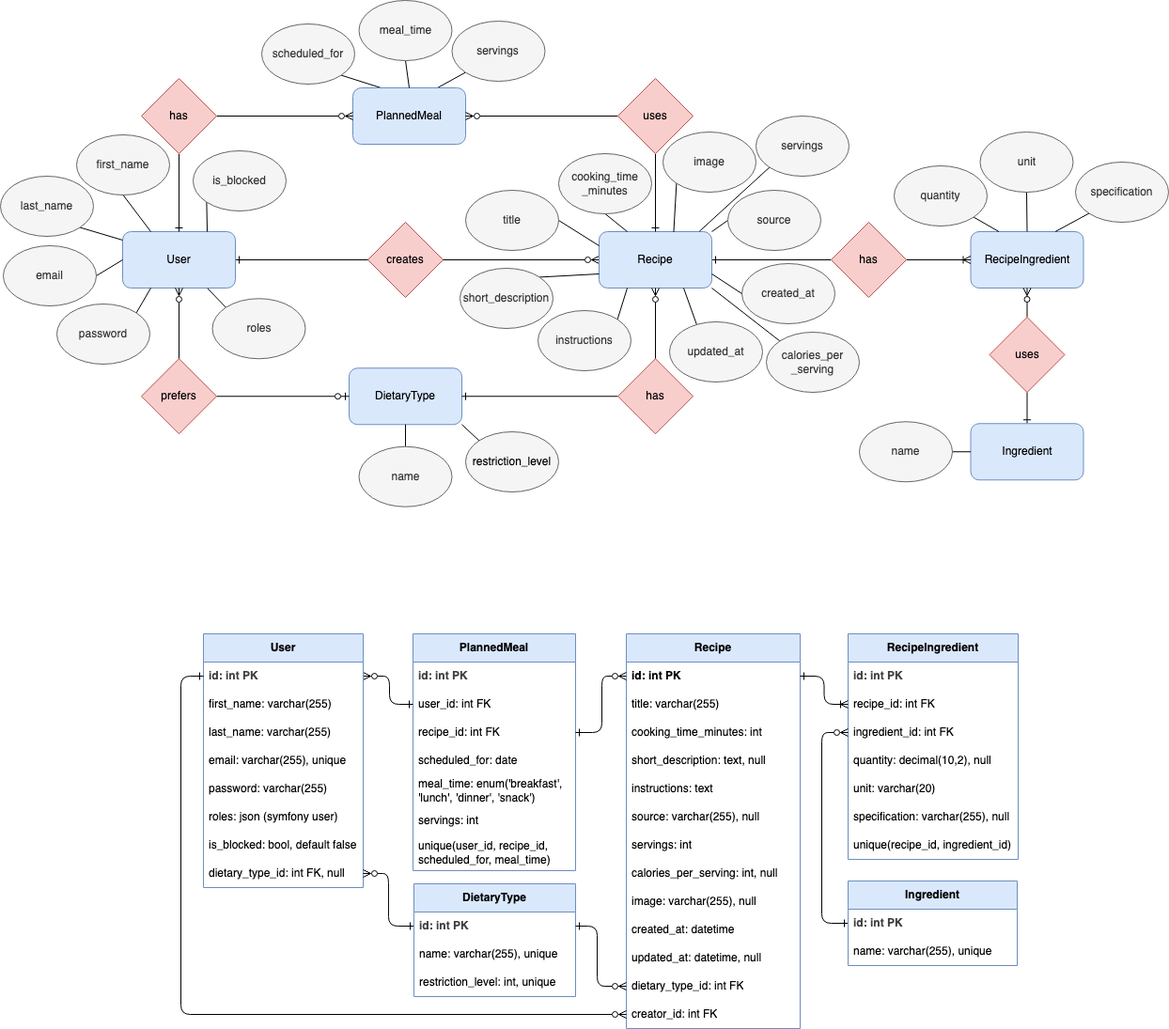
The draw.io diagram docs/erd/erd.png in ClaudiaLingenhoel/meal-planner, before a commit. Source tidied: cells renumbered, new cells last; positions are measured from the earlier drawing's top-left corner, leaving out a move shared by most shapes.
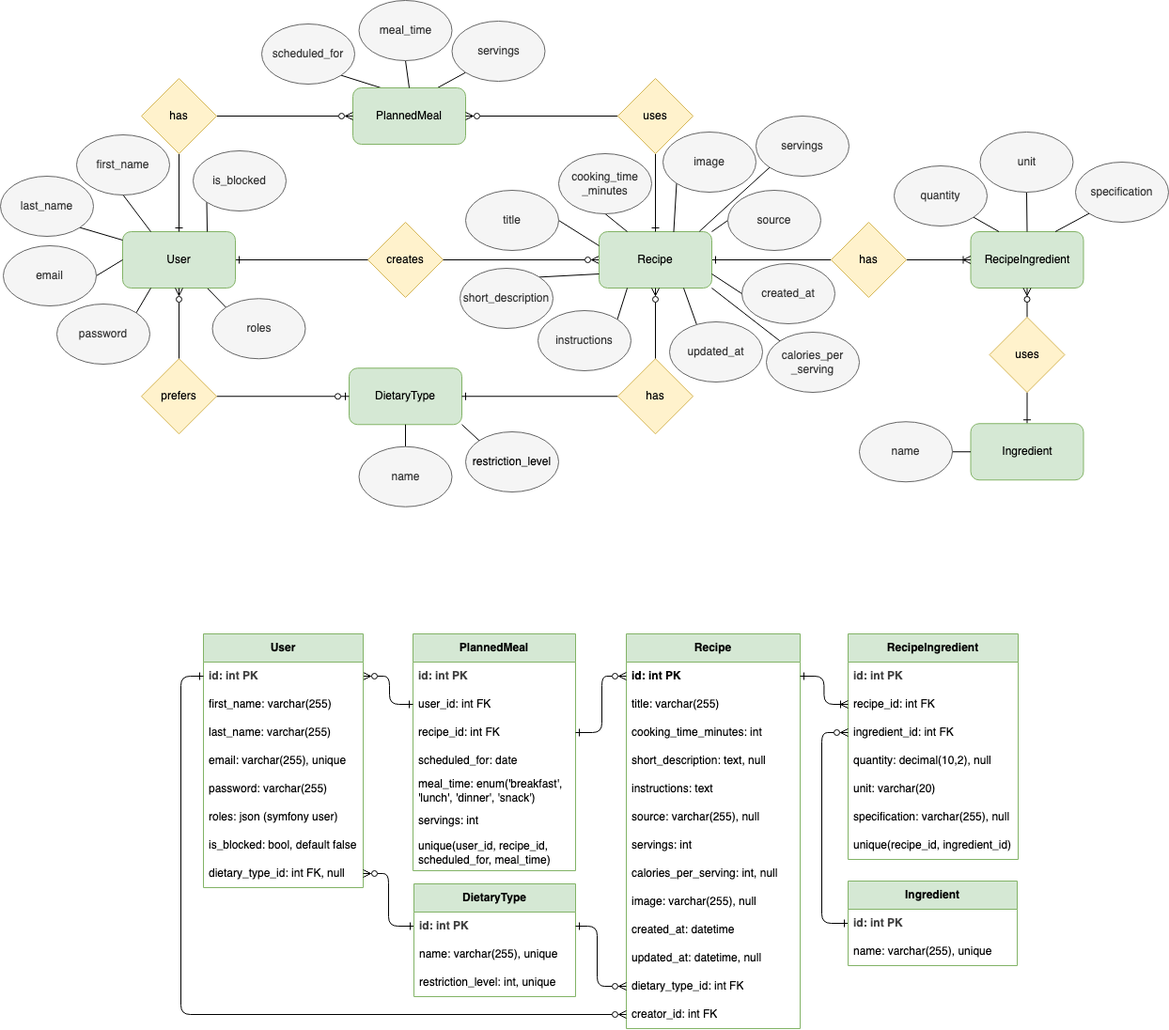
Above is the later version.

Commit message:
Update ERD styling

What changed in the source:
```diff
@@ -2,7 +2,7 @@
   <root>
     <mxCell id="0" />
     <mxCell id="1" parent="0" />
-    <mxCell id="2" value="creates" style="rhombus;whiteSpace=wrap;html=1;fillColor=#f8cecc;strokeColor=#b85450;" parent="1" vertex="1">
+    <mxCell id="2" value="creates" style="rhombus;whiteSpace=wrap;html=1;fillColor=#fff2cc;strokeColor=#d6b656;" parent="1" vertex="1">
       <mxGeometry x="391" y="236" width="80" height="80" as="geometry" />
     </mxCell>
     <mxCell id="3" style="shape=connector;rounded=1;html=1;exitX=1;exitY=0.5;exitDx=0;exitDy=0;entryX=0;entryY=0.5;entryDx=0;entryDy=0;strokeColor=default;align=center;verticalAlign=middle;fontFamily=Helvetica;fontSize=11;fontColor=default;labelBackgroundColor=default;startArrow=ERone;startFill=0;endArrow=none;endFill=0;" parent="1" edge="1" source="5" target="2">
@@ -11,7 +11,7 @@
     <mxCell id="4" style="edgeStyle=none;shape=connector;rounded=1;html=1;exitX=0.75;exitY=1;exitDx=0;exitDy=0;entryX=0;entryY=0;entryDx=0;entryDy=0;strokeColor=default;align=center;verticalAlign=middle;fontFamily=Helvetica;fontSize=11;fontColor=default;labelBackgroundColor=default;startArrow=none;startFill=0;endArrow=none;endFill=0;" parent="1" edge="1" source="5" target="64">
       <mxGeometry relative="1" as="geometry" />
     </mxCell>
-    <mxCell id="5" value="User" style="rounded=1;whiteSpace=wrap;html=1;fillColor=#dae8fc;strokeColor=#6c8ebf;" parent="1" vertex="1">
+    <mxCell id="5" value="User" style="rounded=1;whiteSpace=wrap;html=1;fillColor=#d5e8d4;strokeColor=#82b366;" parent="1" vertex="1">
       <mxGeometry x="130" y="246" width="120" height="60" as="geometry" />
     </mxCell>
     <mxCell id="6" style="edgeStyle=none;shape=connector;rounded=1;html=1;exitX=0.5;exitY=1;exitDx=0;exitDy=0;entryX=0.25;entryY=0;entryDx=0;entryDy=0;strokeColor=default;align=center;verticalAlign=middle;fontFamily=Helvetica;fontSize=11;fontColor=default;labelBackgroundColor=default;endArrow=none;endFill=0;" parent="1" edge="1" source="7" target="5">
@@ -53,7 +53,7 @@
     <mxCell id="18" style="edgeStyle=none;html=1;exitX=1;exitY=1;exitDx=0;exitDy=0;entryX=0;entryY=0;entryDx=0;entryDy=0;endArrow=none;endFill=0;" parent="1" edge="1" source="19" target="133">
       <mxGeometry relative="1" as="geometry" />
     </mxCell>
-    <mxCell id="19" value="Recipe" style="rounded=1;whiteSpace=wrap;html=1;fillColor=#dae8fc;strokeColor=#6c8ebf;" parent="1" vertex="1">
+    <mxCell id="19" value="Recipe" style="rounded=1;whiteSpace=wrap;html=1;fillColor=#d5e8d4;strokeColor=#82b366;" parent="1" vertex="1">
       <mxGeometry x="637" y="246" width="120" height="60" as="geometry" />
     </mxCell>
     <mxCell id="20" style="edgeStyle=none;shape=connector;rounded=1;html=1;exitX=1;exitY=0.5;exitDx=0;exitDy=0;entryX=0;entryY=0.25;entryDx=0;entryDy=0;strokeColor=default;align=center;verticalAlign=middle;fontFamily=Helvetica;fontSize=11;fontColor=default;labelBackgroundColor=default;endArrow=none;endFill=0;" parent="1" edge="1" source="26" target="19">
@@ -92,7 +92,7 @@
     <mxCell id="31" style="edgeStyle=none;shape=connector;rounded=1;html=1;exitX=0.5;exitY=0;exitDx=0;exitDy=0;entryX=0.5;entryY=1;entryDx=0;entryDy=0;strokeColor=default;align=center;verticalAlign=middle;fontFamily=Helvetica;fontSize=11;fontColor=default;labelBackgroundColor=default;endArrow=none;endFill=0;startArrow=ERone;startFill=0;" parent="1" edge="1" source="32" target="43">
       <mxGeometry relative="1" as="geometry" />
     </mxCell>
-    <mxCell id="32" value="Ingredient" style="rounded=1;whiteSpace=wrap;html=1;fillColor=#dae8fc;strokeColor=#6c8ebf;" parent="1" vertex="1">
+    <mxCell id="32" value="Ingredient" style="rounded=1;whiteSpace=wrap;html=1;fillColor=#d5e8d4;strokeColor=#82b366;" parent="1" vertex="1">
       <mxGeometry x="1032.5" y="450.2" width="120" height="60" as="geometry" />
     </mxCell>
     <mxCell id="33" style="edgeStyle=none;shape=connector;rounded=1;html=1;exitX=1;exitY=0.5;exitDx=0;exitDy=0;entryX=0;entryY=0.5;entryDx=0;entryDy=0;strokeColor=default;align=center;verticalAlign=middle;fontFamily=Helvetica;fontSize=11;fontColor=default;labelBackgroundColor=default;endArrow=none;endFill=0;" parent="1" edge="1" source="34" target="32">
@@ -101,10 +101,10 @@
     <mxCell id="34" value="name" style="ellipse;whiteSpace=wrap;html=1;fillColor=#f5f5f5;fontColor=#333333;strokeColor=#666666;" parent="1" vertex="1">
       <mxGeometry x="914" y="448.2" width="99" height="64" as="geometry" />
     </mxCell>
-    <mxCell id="35" value="RecipeIngredient" style="rounded=1;whiteSpace=wrap;html=1;fillColor=#dae8fc;strokeColor=#6c8ebf;" parent="1" vertex="1">
+    <mxCell id="35" value="RecipeIngredient" style="rounded=1;whiteSpace=wrap;html=1;fillColor=#d5e8d4;strokeColor=#82b366;" parent="1" vertex="1">
       <mxGeometry x="1032.5" y="246" width="120" height="60" as="geometry" />
     </mxCell>
-    <mxCell id="36" value="DietaryType" style="rounded=1;whiteSpace=wrap;html=1;fillColor=#dae8fc;strokeColor=#6c8ebf;" parent="1" vertex="1">
+    <mxCell id="36" value="DietaryType" style="rounded=1;whiteSpace=wrap;html=1;fillColor=#d5e8d4;strokeColor=#82b366;" parent="1" vertex="1">
       <mxGeometry x="371" y="391.2" width="120" height="60" as="geometry" />
     </mxCell>
     <mxCell id="37" style="edgeStyle=none;shape=connector;rounded=1;html=1;exitX=0.5;exitY=0;exitDx=0;exitDy=0;strokeColor=default;align=center;verticalAlign=middle;fontFamily=Helvetica;fontSize=11;fontColor=default;labelBackgroundColor=default;endArrow=none;endFill=0;entryX=0.5;entryY=1;entryDx=0;entryDy=0;" parent="1" edge="1" source="38" target="36">
@@ -116,7 +116,7 @@
     <mxCell id="39" style="edgeStyle=none;shape=connector;rounded=1;html=1;exitX=1;exitY=0.5;exitDx=0;exitDy=0;entryX=0;entryY=0.5;entryDx=0;entryDy=0;strokeColor=default;align=center;verticalAlign=middle;fontFamily=Helvetica;fontSize=11;fontColor=default;labelBackgroundColor=default;endArrow=ERzeroToOne;endFill=0;" parent="1" edge="1" source="40" target="36">
       <mxGeometry relative="1" as="geometry" />
     </mxCell>
-    <mxCell id="40" value="prefers" style="rhombus;whiteSpace=wrap;html=1;fillColor=#f8cecc;strokeColor=#b85450;" parent="1" vertex="1">
+    <mxCell id="40" value="prefers" style="rhombus;whiteSpace=wrap;html=1;fillColor=#fff2cc;strokeColor=#d6b656;" parent="1" vertex="1">
       <mxGeometry x="150" y="381.2" width="80" height="80" as="geometry" />
     </mxCell>
     <mxCell id="41" style="edgeStyle=none;shape=connector;rounded=1;html=1;exitX=0;exitY=1;exitDx=0;exitDy=0;entryX=0.75;entryY=0;entryDx=0;entryDy=0;strokeColor=default;align=center;verticalAlign=middle;fontFamily=Helvetica;fontSize=11;fontColor=default;labelBackgroundColor=default;endArrow=none;endFill=0;" parent="1" edge="1" source="56" target="5">
@@ -125,13 +125,13 @@
     <mxCell id="42" style="edgeStyle=none;shape=connector;rounded=1;html=1;exitX=0.5;exitY=0;exitDx=0;exitDy=0;strokeColor=default;align=center;verticalAlign=middle;fontFamily=Helvetica;fontSize=11;fontColor=default;labelBackgroundColor=default;endArrow=ERzeroToMany;endFill=0;entryX=0.5;entryY=1;entryDx=0;entryDy=0;" parent="1" edge="1" source="43" target="35">
       <mxGeometry relative="1" as="geometry" />
     </mxCell>
-    <mxCell id="43" value="uses" style="rhombus;whiteSpace=wrap;html=1;fillColor=#f8cecc;strokeColor=#b85450;" parent="1" vertex="1">
+    <mxCell id="43" value="uses" style="rhombus;whiteSpace=wrap;html=1;fillColor=#fff2cc;strokeColor=#d6b656;" parent="1" vertex="1">
       <mxGeometry x="1052.5" y="337" width="80" height="80" as="geometry" />
     </mxCell>
     <mxCell id="44" style="edgeStyle=none;shape=connector;rounded=1;html=1;exitX=1;exitY=0.5;exitDx=0;exitDy=0;entryX=0;entryY=0.5;entryDx=0;entryDy=0;strokeColor=default;align=center;verticalAlign=middle;fontFamily=Helvetica;fontSize=11;fontColor=default;labelBackgroundColor=default;endArrow=ERoneToMany;endFill=0;" parent="1" edge="1" source="45" target="35">
       <mxGeometry relative="1" as="geometry" />
     </mxCell>
-    <mxCell id="45" value="has" style="rhombus;whiteSpace=wrap;html=1;fillColor=#f8cecc;strokeColor=#b85450;" parent="1" vertex="1">
+    <mxCell id="45" value="has" style="rhombus;whiteSpace=wrap;html=1;fillColor=#fff2cc;strokeColor=#d6b656;" parent="1" vertex="1">
       <mxGeometry x="884" y="236" width="80" height="80" as="geometry" />
     </mxCell>
     <mxCell id="46" style="edgeStyle=none;shape=connector;rounded=1;html=1;exitX=0.5;exitY=1;exitDx=0;exitDy=0;entryX=0.5;entryY=0;entryDx=0;entryDy=0;strokeColor=default;align=center;verticalAlign=middle;fontFamily=Helvetica;fontSize=11;fontColor=default;labelBackgroundColor=default;endArrow=none;endFill=0;" parent="1" edge="1" source="47" target="35">
@@ -182,7 +182,7 @@
     <mxCell id="61" style="edgeStyle=none;shape=connector;rounded=1;html=1;entryX=1;entryY=0.75;entryDx=0;entryDy=0;strokeColor=default;align=center;verticalAlign=middle;fontFamily=Helvetica;fontSize=11;fontColor=default;labelBackgroundColor=default;endArrow=none;endFill=0;exitX=0;exitY=0.5;exitDx=0;exitDy=0;" parent="1" edge="1" source="51" target="19">
       <mxGeometry relative="1" as="geometry" />
     </mxCell>
-    <mxCell id="62" value="has" style="rhombus;whiteSpace=wrap;html=1;fillColor=#f8cecc;strokeColor=#b85450;" parent="1" vertex="1">
+    <mxCell id="62" value="has" style="rhombus;whiteSpace=wrap;html=1;fillColor=#fff2cc;strokeColor=#d6b656;" parent="1" vertex="1">
       <mxGeometry x="657" y="381.2" width="80" height="80" as="geometry" />
     </mxCell>
     <mxCell id="63" style="edgeStyle=none;shape=connector;rounded=1;html=1;exitX=0;exitY=0.5;exitDx=0;exitDy=0;strokeColor=default;align=center;verticalAlign=middle;fontFamily=Helvetica;fontSize=11;fontColor=default;labelBackgroundColor=default;startArrow=none;startFill=0;endArrow=none;endFill=0;entryX=0.818;entryY=0.028;entryDx=0;entryDy=0;entryPerimeter=0;" parent="1" edge="1">
@@ -207,7 +207,7 @@
         <mxPoint x="451" y="396" as="targetPoint" />
       </mxGeometry>
     </mxCell>
-    <mxCell id="69" value="&lt;b&gt;RecipeIngredient&lt;/b&gt;" style="swimlane;fontStyle=0;horizontal=1;startSize=30;whiteSpace=wrap;html=1;fillColor=#dae8fc;strokeColor=#6c8ebf;" parent="1" vertex="1">
+    <mxCell id="69" value="&lt;b&gt;RecipeIngredient&lt;/b&gt;" style="swimlane;fontStyle=0;horizontal=1;startSize=30;whiteSpace=wrap;html=1;fillColor=#d5e8d4;strokeColor=#82b366;" parent="1" vertex="1">
       <mxGeometry x="902" y="674" width="181" height="240" as="geometry" />
     </mxCell>
     <mxCell id="70" value="&lt;b style=&quot;color: rgb(63, 63, 63); scrollbar-color: rgb(226, 226, 226) rgb(251, 251, 251);&quot;&gt;id: int PK&lt;/b&gt;" style="text;strokeColor=none;fillColor=none;align=left;verticalAlign=middle;spacingLeft=4;spacingRight=4;overflow=hidden;whiteSpace=wrap;html=1;" parent="69" vertex="1">
@@ -239,7 +239,7 @@
         </Array>
       </mxGeometry>
     </mxCell>
-    <mxCell id="78" value="&lt;b&gt;Recipe&lt;/b&gt;" style="swimlane;fontStyle=0;horizontal=1;startSize=30;whiteSpace=wrap;html=1;fillColor=#dae8fc;strokeColor=#6c8ebf;" parent="1" vertex="1">
+    <mxCell id="78" value="&lt;b&gt;Recipe&lt;/b&gt;" style="swimlane;fontStyle=0;horizontal=1;startSize=30;whiteSpace=wrap;html=1;fillColor=#d5e8d4;strokeColor=#82b366;" parent="1" vertex="1">
       <mxGeometry x="666" y="674" width="185" height="420" as="geometry" />
     </mxCell>
     <mxCell id="79" value="&lt;b&gt;id: int PK&lt;/b&gt;" style="text;strokeColor=none;fillColor=none;align=left;verticalAlign=middle;spacingLeft=4;spacingRight=4;overflow=hidden;points=[[0,0.5],[1,0.5]];portConstraint=eastwest;whiteSpace=wrap;html=1;" parent="78" vertex="1">
@@ -284,7 +284,7 @@
     <mxCell id="92" style="edgeStyle=orthogonalEdgeStyle;shape=connector;rounded=1;html=1;exitX=0;exitY=0.5;exitDx=0;exitDy=0;entryX=1;entryY=0.5;entryDx=0;entryDy=0;strokeColor=default;align=center;verticalAlign=middle;fontFamily=Helvetica;fontSize=11;fontColor=default;labelBackgroundColor=default;startArrow=ERoneToMany;startFill=0;endArrow=ERone;endFill=0;" parent="1" edge="1" source="71" target="79">
       <mxGeometry relative="1" as="geometry" />
     </mxCell>
-    <mxCell id="93" value="&lt;b&gt;PlannedMeal&lt;/b&gt;" style="swimlane;fontStyle=0;horizontal=1;startSize=30;whiteSpace=wrap;html=1;fillColor=#dae8fc;strokeColor=#6c8ebf;" parent="1" vertex="1">
+    <mxCell id="93" value="&lt;b&gt;PlannedMeal&lt;/b&gt;" style="swimlane;fontStyle=0;horizontal=1;startSize=30;whiteSpace=wrap;html=1;fillColor=#d5e8d4;strokeColor=#82b366;" parent="1" vertex="1">
       <mxGeometry x="439" y="674" width="173" height="252" as="geometry" />
     </mxCell>
     <mxCell id="94" value="&lt;b style=&quot;color: rgb(63, 63, 63); scrollbar-color: rgb(226, 226, 226) rgb(251, 251, 251);&quot;&gt;id: int PK&lt;/b&gt;" style="text;strokeColor=none;fillColor=none;align=left;verticalAlign=middle;spacingLeft=4;spacingRight=4;overflow=hidden;whiteSpace=wrap;html=1;" parent="93" vertex="1">
@@ -324,7 +324,7 @@
         </Array>
       </mxGeometry>
     </mxCell>
-    <mxCell id="103" value="&lt;b&gt;User&lt;/b&gt;" style="swimlane;fontStyle=0;horizontal=1;startSize=30;whiteSpace=wrap;html=1;fillColor=#dae8fc;strokeColor=#6c8ebf;" parent="1" vertex="1">
+    <mxCell id="103" value="&lt;b&gt;User&lt;/b&gt;" style="swimlane;fontStyle=0;horizontal=1;startSize=30;whiteSpace=wrap;html=1;fillColor=#d5e8d4;strokeColor=#82b366;" parent="1" vertex="1">
       <mxGeometry x="216" y="674" width="170" height="270" as="geometry" />
     </mxCell>
     <mxCell id="104" value="&lt;b style=&quot;color: rgb(63, 63, 63); scrollbar-color: rgb(226, 226, 226) rgb(251, 251, 251);&quot;&gt;id: int PK&lt;/b&gt;" style="text;strokeColor=none;fillColor=none;align=left;verticalAlign=middle;spacingLeft=4;spacingRight=4;overflow=hidden;points=[[0,0.5],[1,0.5]];portConstraint=eastwest;whiteSpace=wrap;html=1;" parent="103" vertex="1">
@@ -354,7 +354,7 @@
     <mxCell id="112" style="edgeStyle=orthogonalEdgeStyle;html=1;exitX=1;exitY=0.5;exitDx=0;exitDy=0;entryX=0;entryY=0.5;entryDx=0;entryDy=0;startArrow=ERzeroToMany;startFill=0;endArrow=ERone;endFill=0;" parent="1" edge="1" source="111" target="114">
       <mxGeometry relative="1" as="geometry" />
     </mxCell>
-    <mxCell id="113" value="&lt;b&gt;DietaryType&lt;/b&gt;" style="swimlane;fontStyle=0;horizontal=1;startSize=30;whiteSpace=wrap;html=1;fillColor=#dae8fc;strokeColor=#6c8ebf;" parent="1" vertex="1">
+    <mxCell id="113" value="&lt;b&gt;DietaryType&lt;/b&gt;" style="swimlane;fontStyle=0;horizontal=1;startSize=30;whiteSpace=wrap;html=1;fillColor=#d5e8d4;strokeColor=#82b366;" parent="1" vertex="1">
       <mxGeometry x="440" y="940" width="172" height="120" as="geometry" />
     </mxCell>
     <mxCell id="114" value="&lt;b style=&quot;color: rgb(63, 63, 63); scrollbar-color: rgb(226, 226, 226) rgb(251, 251, 251);&quot;&gt;id: int PK&lt;/b&gt;" style="text;strokeColor=none;fillColor=none;align=left;verticalAlign=middle;spacingLeft=4;spacingRight=4;overflow=hidden;points=[[0,0.5],[1,0.5]];portConstraint=eastwest;whiteSpace=wrap;html=1;" parent="113" vertex="1">
@@ -366,7 +366,7 @@
     <mxCell id="116" value="restriction_level: int, unique" style="text;strokeColor=none;fillColor=none;align=left;verticalAlign=middle;spacingLeft=4;spacingRight=4;overflow=hidden;whiteSpace=wrap;html=1;" parent="113" vertex="1">
       <mxGeometry y="90" width="172" height="30" as="geometry" />
     </mxCell>
-    <mxCell id="117" value="&lt;b&gt;Ingredient&lt;/b&gt;" style="swimlane;fontStyle=0;horizontal=1;startSize=30;whiteSpace=wrap;html=1;fillColor=#dae8fc;strokeColor=#6c8ebf;" parent="1" vertex="1">
+    <mxCell id="117" value="&lt;b&gt;Ingredient&lt;/b&gt;" style="swimlane;fontStyle=0;horizontal=1;startSize=30;whiteSpace=wrap;html=1;fillColor=#d5e8d4;strokeColor=#82b366;" parent="1" vertex="1">
       <mxGeometry x="902" y="937" width="180" height="90" as="geometry" />
     </mxCell>
     <mxCell id="118" value="&lt;b style=&quot;color: rgb(63, 63, 63); scrollbar-color: rgb(226, 226, 226) rgb(251, 251, 251);&quot;&gt;id: int PK&lt;/b&gt;" style="text;strokeColor=none;fillColor=none;align=left;verticalAlign=middle;spacingLeft=4;spacingRight=4;overflow=hidden;points=[[0,0.5],[1,0.5]];portConstraint=eastwest;whiteSpace=wrap;html=1;" parent="117" vertex="1">
@@ -391,7 +391,7 @@
         </Array>
       </mxGeometry>
     </mxCell>
-    <mxCell id="122" value="PlannedMeal" style="rounded=1;whiteSpace=wrap;html=1;fillColor=#dae8fc;strokeColor=#6c8ebf;" parent="1" vertex="1">
+    <mxCell id="122" value="PlannedMeal" style="rounded=1;whiteSpace=wrap;html=1;fillColor=#d5e8d4;strokeColor=#82b366;" parent="1" vertex="1">
       <mxGeometry x="375" y="93" width="120" height="60" as="geometry" />
     </mxCell>
     <mxCell id="123" style="edgeStyle=none;shape=connector;rounded=1;html=1;exitX=0.5;exitY=1;exitDx=0;exitDy=0;entryX=0.5;entryY=0;entryDx=0;entryDy=0;strokeColor=default;align=center;verticalAlign=middle;fontFamily=Helvetica;fontSize=11;fontColor=default;labelBackgroundColor=default;startArrow=none;startFill=0;endArrow=ERone;endFill=0;" parent="1" edge="1" source="125" target="5">
@@ -400,7 +400,7 @@
     <mxCell id="124" style="edgeStyle=none;shape=connector;rounded=1;html=1;exitX=1;exitY=0.5;exitDx=0;exitDy=0;entryX=0;entryY=0.5;entryDx=0;entryDy=0;strokeColor=default;align=center;verticalAlign=middle;fontFamily=Helvetica;fontSize=11;fontColor=default;labelBackgroundColor=default;startArrow=none;startFill=0;endArrow=ERzeroToMany;endFill=0;" parent="1" edge="1" source="125" target="122">
       <mxGeometry relative="1" as="geometry" />
     </mxCell>
-    <mxCell id="125" value="has" style="rhombus;whiteSpace=wrap;html=1;fillColor=#f8cecc;strokeColor=#b85450;" parent="1" vertex="1">
+    <mxCell id="125" value="has" style="rhombus;whiteSpace=wrap;html=1;fillColor=#fff2cc;strokeColor=#d6b656;" parent="1" vertex="1">
       <mxGeometry x="150" y="83" width="80" height="80" as="geometry" />
     </mxCell>
     <mxCell id="126" style="edgeStyle=none;shape=connector;rounded=1;html=1;exitX=0;exitY=0.5;exitDx=0;exitDy=0;entryX=1;entryY=0.5;entryDx=0;entryDy=0;strokeColor=default;align=center;verticalAlign=middle;fontFamily=Helvetica;fontSize=11;fontColor=default;labelBackgroundColor=default;startArrow=none;startFill=0;endArrow=ERzeroToMany;endFill=0;" parent="1" edge="1" source="128" target="122">
@@ -409,7 +409,7 @@
     <mxCell id="127" style="edgeStyle=none;shape=connector;rounded=1;html=1;exitX=0.5;exitY=1;exitDx=0;exitDy=0;entryX=0.5;entryY=0;entryDx=0;entryDy=0;strokeColor=default;align=center;verticalAlign=middle;fontFamily=Helvetica;fontSize=11;fontColor=default;labelBackgroundColor=default;startArrow=none;startFill=0;endArrow=ERone;endFill=0;" parent="1" edge="1" source="128" target="19">
       <mxGeometry relative="1" as="geometry" />
     </mxCell>
-    <mxCell id="128" value="uses" style="rhombus;whiteSpace=wrap;html=1;fillColor=#f8cecc;strokeColor=#b85450;" parent="1" vertex="1">
+    <mxCell id="128" value="uses" style="rhombus;whiteSpace=wrap;html=1;fillColor=#fff2cc;strokeColor=#d6b656;" parent="1" vertex="1">
       <mxGeometry x="657" y="83" width="80" height="80" as="geometry" />
     </mxCell>
     <mxCell id="129" style="edgeStyle=none;shape=connector;rounded=1;html=1;exitX=1;exitY=0;exitDx=0;exitDy=0;entryX=0;entryY=0.75;entryDx=0;entryDy=0;strokeColor=default;align=center;verticalAlign=middle;fontFamily=Helvetica;fontSize=11;fontColor=default;labelBackgroundColor=default;startArrow=none;startFill=0;endArrow=none;endFill=0;" parent="1" edge="1" source="130" target="19">
```
